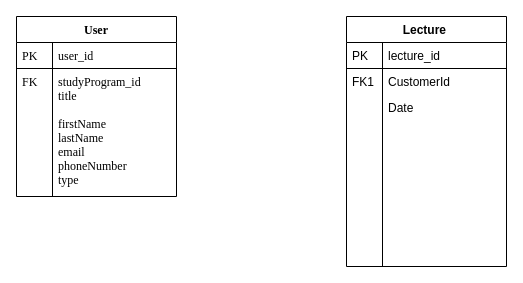
The draw.io diagram Relationel_database.drawio in ChrisMJAndre/GruppeProjekt-2, before the edit. Source tidied: cells renumbered, new cells numbered last; positions are measured from the earlier drawing's top-left corner, leaving out a move shared by most shapes. Both pictures are drawn from the tidied source at 100%, with x=0, y=0 at pixel (16, 16).
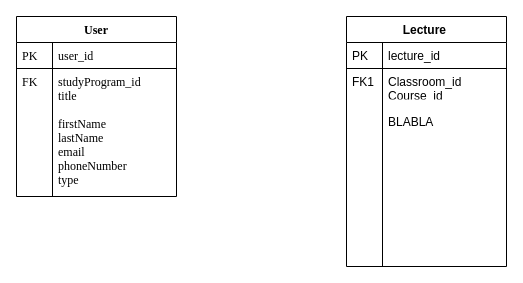
The same page after the edit.

The edit, as a diff of the source:
```diff
@@
 <mxGraphModel>
   <root>
     <mxCell id="0" />
     <mxCell id="1" parent="0" />
     <mxCell id="2" value="User" style="swimlane;fontStyle=1;horizontal=1;startSize=26;rounded=0;shadow=0;strokeWidth=1;fontFamily=Times New Roman;" parent="1" vertex="1">
       <mxGeometry width="160" height="180" as="geometry" />
     </mxCell>
     <mxCell id="3" value="user_id" style="shape=partialRectangle;top=0;left=0;right=0;bottom=1;align=left;verticalAlign=top;fillColor=none;spacingLeft=40;spacingRight=4;overflow=hidden;rounded=0;shadow=0;strokeWidth=1;fontStyle=0;fontFamily=Times New Roman;" parent="2" vertex="1">
       <mxGeometry y="26" width="160" height="26" as="geometry" />
     </mxCell>
     <mxCell id="4" value="PK" style="shape=partialRectangle;top=0;left=0;bottom=0;fillColor=none;align=left;verticalAlign=top;spacingLeft=4;spacingRight=4;overflow=hidden;fontFamily=Times New Roman;" parent="3" vertex="1">
       <mxGeometry width="36" height="26" as="geometry" />
     </mxCell>
     <mxCell id="5" value="studyProgram_id&#10;title&#10;&#10;firstName&#10;lastName&#10;email&#10;phoneNumber&#10;type&#10; &#10;" style="shape=partialRectangle;top=0;left=0;right=0;bottom=0;align=left;verticalAlign=top;fillColor=none;spacingLeft=40;spacingRight=4;overflow=hidden;rounded=0;shadow=0;strokeWidth=1;fontFamily=Times New Roman;fontStyle=0;" parent="2" vertex="1">
       <mxGeometry y="52" width="160" height="128" as="geometry" />
     </mxCell>
     <mxCell id="6" value="FK " style="shape=partialRectangle;top=0;left=0;bottom=0;fillColor=none;align=left;verticalAlign=top;spacingLeft=4;spacingRight=4;overflow=hidden;fontFamily=Times New Roman;" parent="5" vertex="1">
       <mxGeometry width="36" height="128" as="geometry" />
     </mxCell>
     <mxCell id="7" value="Lecture " style="swimlane;fontStyle=1;horizontal=1;startSize=26;rounded=0;shadow=0;strokeWidth=1;" parent="1" vertex="1">
       <mxGeometry x="330" width="160" height="250" as="geometry" />
     </mxCell>
     <mxCell id="8" value="lecture_id" style="shape=partialRectangle;top=0;left=0;right=0;bottom=1;align=left;verticalAlign=top;fillColor=none;spacingLeft=40;spacingRight=4;overflow=hidden;rounded=0;shadow=0;strokeWidth=1;fontStyle=0;" parent="7" vertex="1">
       <mxGeometry y="26" width="160" height="26" as="geometry" />
     </mxCell>
     <mxCell id="9" value="PK" style="shape=partialRectangle;top=0;left=0;bottom=0;fillColor=none;align=left;verticalAlign=top;spacingLeft=4;spacingRight=4;overflow=hidden;" parent="8" vertex="1">
       <mxGeometry width="36" height="26" as="geometry" />
     </mxCell>
-    <mxCell id="10" value="CustomerId" style="shape=partialRectangle;top=0;left=0;right=0;bottom=0;align=left;verticalAlign=top;fillColor=none;spacingLeft=40;spacingRight=4;overflow=hidden;rounded=0;shadow=0;strokeWidth=1;" parent="7" vertex="1">
+    <mxCell id="10" value="Classroom_id&#10;Course_id &#10;" style="shape=partialRectangle;top=0;left=0;right=0;bottom=0;align=left;verticalAlign=top;fillColor=none;spacingLeft=40;spacingRight=4;overflow=hidden;rounded=0;shadow=0;strokeWidth=1;" parent="7" vertex="1">
       <mxGeometry y="52" width="160" height="26" as="geometry" />
     </mxCell>
     <mxCell id="11" value="FK1" style="shape=partialRectangle;top=0;left=0;bottom=0;fillColor=none;align=left;verticalAlign=top;spacingLeft=4;spacingRight=4;overflow=hidden;" parent="10" vertex="1">
       <mxGeometry width="36" height="26" as="geometry" />
     </mxCell>
-    <mxCell id="12" value="Date" style="shape=partialRectangle;top=0;left=0;right=0;bottom=0;align=left;verticalAlign=top;fillColor=none;spacingLeft=40;spacingRight=4;overflow=hidden;rounded=0;shadow=0;strokeWidth=1;" parent="7" vertex="1">
+    <mxCell id="12" value="&#10;BLABLA" style="shape=partialRectangle;top=0;left=0;right=0;bottom=0;align=left;verticalAlign=top;fillColor=none;spacingLeft=40;spacingRight=4;overflow=hidden;rounded=0;shadow=0;strokeWidth=1;" parent="7" vertex="1">
       <mxGeometry y="78" width="160" height="172" as="geometry" />
     </mxCell>
     <mxCell id="13" style="shape=partialRectangle;top=0;left=0;bottom=0;fillColor=none;align=left;verticalAlign=top;spacingLeft=4;spacingRight=4;overflow=hidden;" parent="12" vertex="1">
       <mxGeometry width="36" height="172" as="geometry" />
     </mxCell>
   </root>
 </mxGraphModel>
```
